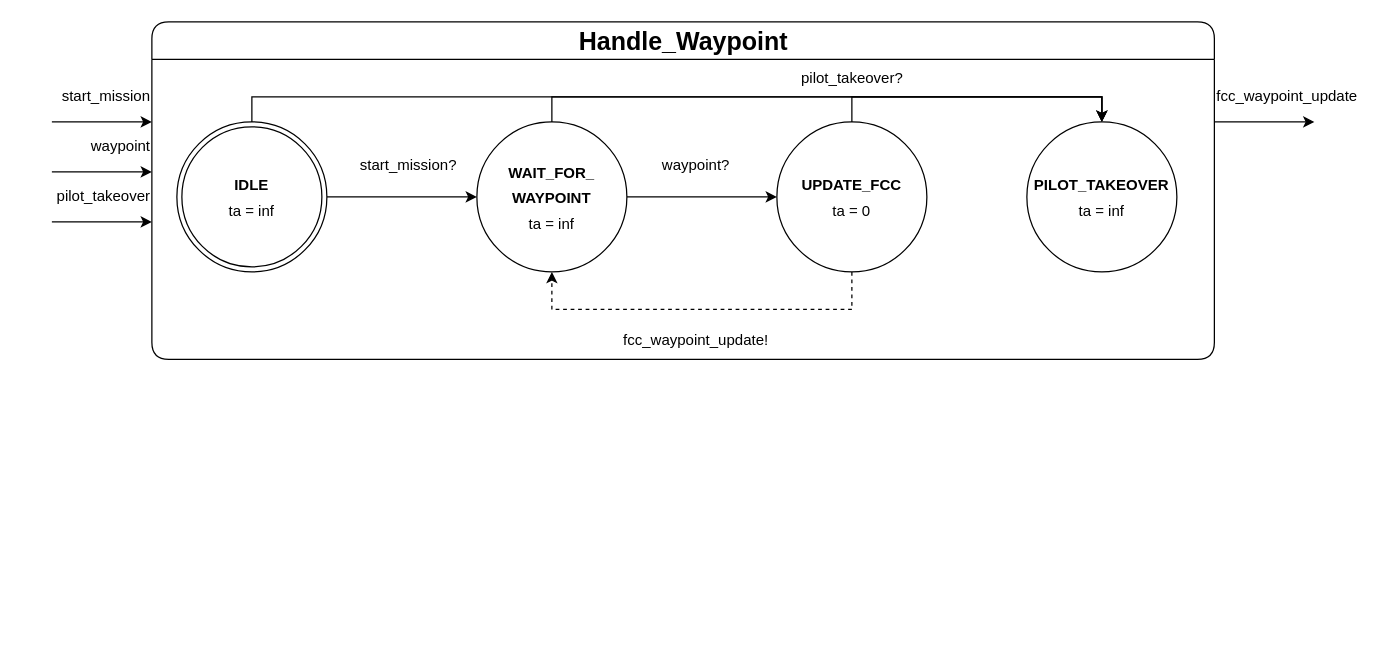
Earlier version of the draw.io diagram page "Handle_Waypoint" (6 of 18) of docs/diagrams/DEVS_Supervisor.drawio.xml (epecker/FlightSupervisor). Source tidied: cells renumbered, new cells numbered last; positions are measured from the earlier drawing's top-left corner, leaving out a move shared by most shapes. Both pictures are drawn from the tidied source at 125%, with x=0, y=0 at pixel (51, 21).
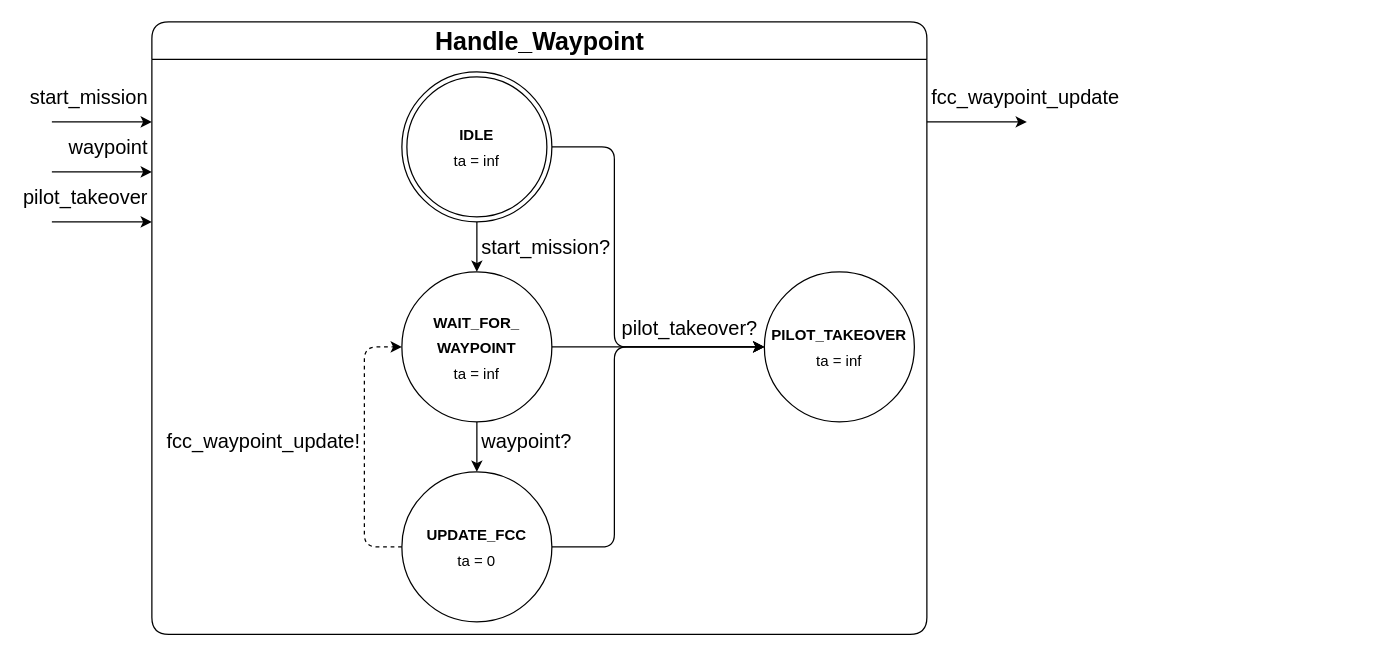
After the change.

Diff of the diagram source:
```diff
@@
     <mxCell id="2" value="Handle_Waypoint" style="swimlane;rounded=1;fontSize=20;startSize=30;html=1;" parent="1" vertex="1">
-      <mxGeometry x="80" width="850" height="270" as="geometry" />
+      <mxGeometry x="80" width="620" height="490" as="geometry" />
     </mxCell>
-    <mxCell id="3" style="edgeStyle=orthogonalEdgeStyle;rounded=0;jettySize=auto;html=1;exitX=1;exitY=0.5;exitDx=0;exitDy=0;entryX=0;entryY=0.5;entryDx=0;entryDy=0;" parent="2" edge="1" source="5" target="7">
+    <mxCell id="3" style="edgeStyle=orthogonalEdgeStyle;rounded=0;jettySize=auto;html=1;exitX=0.5;exitY=1;exitDx=0;exitDy=0;entryX=0.5;entryY=0;entryDx=0;entryDy=0;fontSize=16;" parent="2" edge="1" source="5" target="7">
       <mxGeometry relative="1" as="geometry" />
     </mxCell>
-    <mxCell id="4" style="edgeStyle=orthogonalEdgeStyle;rounded=0;jettySize=auto;html=1;exitX=0.5;exitY=0;exitDx=0;exitDy=0;entryX=0.5;entryY=0;entryDx=0;entryDy=0;" parent="2" edge="1" source="5" target="14">
-      <mxGeometry relative="1" as="geometry" />
+    <mxCell id="4" style="edgeStyle=orthogonalEdgeStyle;rounded=1;jettySize=auto;html=1;exitX=1;exitY=0.5;exitDx=0;exitDy=0;entryX=0;entryY=0.5;entryDx=0;entryDy=0;fontSize=16;jumpStyle=gap;jumpSize=12;" parent="2" edge="1" source="5" target="14">
+      <mxGeometry relative="1" as="geometry">
+        <Array as="points">
+          <mxPoint x="370" y="100" />
+          <mxPoint x="370" y="260" />
+        </Array>
+      </mxGeometry>
     </mxCell>
     <mxCell id="5" value="&lt;font style=&quot;font-size: 12px;&quot;&gt;&lt;b style=&quot;&quot;&gt;IDLE&lt;/b&gt;&lt;br style=&quot;&quot;&gt;ta = inf&lt;/font&gt;" style="ellipse;shape=doubleEllipse;whiteSpace=wrap;html=1;rounded=1;fontSize=17;" parent="2" vertex="1">
-      <mxGeometry x="20" y="80" width="120" height="120" as="geometry" />
+      <mxGeometry x="200" y="40" width="120" height="120" as="geometry" />
     </mxCell>
-    <mxCell id="6" style="edgeStyle=orthogonalEdgeStyle;rounded=0;jettySize=auto;html=1;exitX=1;exitY=0.5;exitDx=0;exitDy=0;entryX=0;entryY=0.5;entryDx=0;entryDy=0;" parent="2" edge="1" source="7" target="11">
+    <mxCell id="6" style="edgeStyle=orthogonalEdgeStyle;rounded=0;jettySize=auto;html=1;exitX=0.5;exitY=1;exitDx=0;exitDy=0;entryX=0.5;entryY=0;entryDx=0;entryDy=0;fontSize=16;" parent="2" edge="1" source="7" target="11">
       <mxGeometry relative="1" as="geometry" />
     </mxCell>
     <mxCell id="7" value="&lt;div&gt;&lt;font style=&quot;font-size: 12px;&quot;&gt;&lt;b&gt;WAIT_FOR_&lt;/b&gt;&lt;/font&gt;&lt;/div&gt;&lt;div&gt;&lt;font style=&quot;font-size: 12px;&quot;&gt;&lt;b&gt;WAYPOINT&lt;/b&gt;&lt;/font&gt;&lt;/div&gt;&lt;font style=&quot;font-size: 12px;&quot;&gt;ta = inf&lt;br&gt;&lt;/font&gt;" style="ellipse;whiteSpace=wrap;html=1;fontSize=17;rounded=1;" parent="2" vertex="1">
-      <mxGeometry x="260" y="80" width="120" height="120" as="geometry" />
+      <mxGeometry x="200" y="200" width="120" height="120" as="geometry" />
     </mxCell>
-    <mxCell id="8" value="start_mission?" style="text;html=1;align=center;verticalAlign=middle;strokeColor=none;fillColor=none;" parent="2" vertex="1">
-      <mxGeometry x="150" y="100" width="110" height="30" as="geometry" />
-    </mxCell>
-    <mxCell id="9" style="edgeStyle=orthogonalEdgeStyle;rounded=0;jettySize=auto;html=1;exitX=0.5;exitY=1;exitDx=0;exitDy=0;dashed=1;entryX=0.5;entryY=1;entryDx=0;entryDy=0;" parent="2" edge="1" source="11" target="7">
+    <mxCell id="9" style="edgeStyle=orthogonalEdgeStyle;rounded=1;jettySize=auto;html=1;exitX=0;exitY=0.5;exitDx=0;exitDy=0;entryX=0;entryY=0.5;entryDx=0;entryDy=0;fontSize=16;jumpStyle=gap;jumpSize=12;dashed=1;" parent="2" edge="1" source="11" target="7">
       <mxGeometry relative="1" as="geometry">
         <Array as="points">
-          <mxPoint x="560" y="230" />
-          <mxPoint x="320" y="230" />
+          <mxPoint x="170" y="420" />
+          <mxPoint x="170" y="260" />
         </Array>
       </mxGeometry>
     </mxCell>
-    <mxCell id="10" style="edgeStyle=orthogonalEdgeStyle;rounded=0;jettySize=auto;html=1;exitX=0.5;exitY=0;exitDx=0;exitDy=0;entryX=0.5;entryY=0;entryDx=0;entryDy=0;" parent="2" edge="1" source="11" target="14">
+    <mxCell id="10" style="edgeStyle=orthogonalEdgeStyle;rounded=1;jettySize=auto;html=1;exitX=1;exitY=0.5;exitDx=0;exitDy=0;entryX=0;entryY=0.5;entryDx=0;entryDy=0;fontSize=16;jumpStyle=gap;jumpSize=12;" parent="2" edge="1" source="11" target="14">
       <mxGeometry relative="1" as="geometry">
         <Array as="points">
-          <mxPoint x="560" y="60" />
-          <mxPoint x="760" y="60" />
+          <mxPoint x="370" y="420" />
+          <mxPoint x="370" y="260" />
         </Array>
       </mxGeometry>
     </mxCell>
     <mxCell id="11" value="&lt;div&gt;&lt;font style=&quot;font-size: 12px;&quot;&gt;&lt;b&gt;UPDATE_FCC&lt;/b&gt;&lt;/font&gt;&lt;/div&gt;&lt;font style=&quot;font-size: 12px;&quot;&gt;ta = 0&lt;br&gt;&lt;/font&gt;" style="ellipse;whiteSpace=wrap;html=1;fontSize=17;rounded=1;" parent="2" vertex="1">
-      <mxGeometry x="500" y="80" width="120" height="120" as="geometry" />
+      <mxGeometry x="200" y="360" width="120" height="120" as="geometry" />
     </mxCell>
+    <mxCell id="8" value="start_mission?" style="text;html=1;align=left;verticalAlign=middle;strokeColor=none;fillColor=none;spacing=4;fontSize=16;" parent="2" vertex="1">
+      <mxGeometry x="260" y="160" width="130" height="40" as="geometry" />
+    </mxCell>
-    <mxCell id="12" value="waypoint?" style="text;html=1;align=center;verticalAlign=middle;strokeColor=none;fillColor=none;" parent="2" vertex="1">
-      <mxGeometry x="395" y="100" width="80" height="30" as="geometry" />
+    <mxCell id="12" value="waypoint?" style="text;html=1;align=left;verticalAlign=middle;strokeColor=none;fillColor=none;spacing=4;fontSize=16;" parent="2" vertex="1">
+      <mxGeometry x="260" y="315" width="100" height="40" as="geometry" />
     </mxCell>
-    <mxCell id="13" value="fcc_waypoint_update!" style="text;html=1;align=center;verticalAlign=middle;strokeColor=none;fillColor=none;" parent="2" vertex="1">
-      <mxGeometry x="365" y="240" width="140" height="30" as="geometry" />
-    </mxCell>
     <mxCell id="14" value="&lt;div&gt;&lt;font style=&quot;font-size: 12px;&quot;&gt;&lt;b&gt;PILOT_TAKEOVER&lt;/b&gt;&lt;/font&gt;&lt;/div&gt;&lt;font style=&quot;font-size: 12px;&quot;&gt;ta = inf&lt;br&gt;&lt;/font&gt;" style="ellipse;whiteSpace=wrap;html=1;fontSize=17;rounded=1;" parent="2" vertex="1">
-      <mxGeometry x="700" y="80" width="120" height="120" as="geometry" />
+      <mxGeometry x="490" y="200" width="120" height="120" as="geometry" />
     </mxCell>
+    <mxCell id="16" style="edgeStyle=orthogonalEdgeStyle;rounded=1;jettySize=auto;html=1;exitX=1;exitY=0.5;exitDx=0;exitDy=0;fontSize=16;jumpStyle=gap;jumpSize=12;entryX=0;entryY=0.5;entryDx=0;entryDy=0;" parent="2" edge="1" source="7" target="14">
+      <mxGeometry relative="1" as="geometry" />
+    </mxCell>
-    <mxCell id="15" value="pilot_takeover?" style="text;html=1;align=center;verticalAlign=middle;strokeColor=none;fillColor=none;" parent="2" vertex="1">
-      <mxGeometry x="505" y="30" width="110" height="30" as="geometry" />
+    <mxCell id="15" value="pilot_takeover?" style="text;html=1;align=center;verticalAlign=middle;strokeColor=none;fillColor=none;spacing=4;fontSize=16;" parent="2" vertex="1">
+      <mxGeometry x="360" y="225" width="140" height="40" as="geometry" />
     </mxCell>
-    <mxCell id="16" style="edgeStyle=orthogonalEdgeStyle;rounded=0;jettySize=auto;html=1;exitX=0.5;exitY=0;exitDx=0;exitDy=0;entryX=0.5;entryY=0;entryDx=0;entryDy=0;" parent="2" edge="1" source="7" target="14">
-      <mxGeometry relative="1" as="geometry">
-        <Array as="points">
-          <mxPoint x="320" y="60" />
-          <mxPoint x="760" y="60" />
-        </Array>
-      </mxGeometry>
-    </mxCell>
-    <mxCell id="17" value="start_mission" style="endArrow=classic;html=1;rounded=1;fontSize=12;align=right;" parent="1" edge="1">
+    <mxCell id="17" value="start_mission" style="endArrow=classic;html=1;rounded=1;fontSize=16;align=right;spacing=4;" parent="1" edge="1">
       <mxGeometry x="1" y="20" relative="1" as="geometry">
         <mxPoint y="80" as="sourcePoint" />
         <mxPoint x="80" y="80" as="targetPoint" />
       </mxGeometry>
     </mxCell>
-    <mxCell id="18" value="waypoint" style="endArrow=classic;html=1;rounded=1;fontSize=12;align=right;" parent="1" edge="1">
+    <mxCell id="18" value="waypoint" style="endArrow=classic;html=1;rounded=1;fontSize=16;align=right;spacing=4;" parent="1" edge="1">
       <mxGeometry x="1" y="20" relative="1" as="geometry">
         <mxPoint y="120" as="sourcePoint" />
         <mxPoint x="80" y="120" as="targetPoint" />
       </mxGeometry>
     </mxCell>
-    <mxCell id="19" value="fcc_waypoint_update" style="endArrow=classic;html=1;rounded=1;fontSize=12;align=left;" parent="1" edge="1">
+    <mxCell id="19" value="fcc_waypoint_update" style="endArrow=classic;html=1;rounded=1;fontSize=16;align=left;spacing=4;" parent="1" edge="1">
       <mxGeometry x="-1" y="20" relative="1" as="geometry">
-        <mxPoint x="930" y="80" as="sourcePoint" />
-        <mxPoint x="1010" y="80" as="targetPoint" />
+        <mxPoint x="700" y="80" as="sourcePoint" />
+        <mxPoint x="780" y="80" as="targetPoint" />
       </mxGeometry>
     </mxCell>
-    <mxCell id="20" value="pilot_takeover" style="endArrow=classic;html=1;rounded=1;fontSize=12;align=right;" parent="1" edge="1">
+    <mxCell id="20" value="pilot_takeover" style="endArrow=classic;html=1;rounded=1;fontSize=16;align=right;spacing=4;" parent="1" edge="1">
       <mxGeometry x="1" y="20" relative="1" as="geometry">
         <mxPoint y="160" as="sourcePoint" />
         <mxPoint x="80" y="160" as="targetPoint" />
       </mxGeometry>
     </mxCell>
+    <mxCell id="13" value="fcc_waypoint_update!" style="text;html=1;align=right;verticalAlign=middle;strokeColor=none;fillColor=none;spacing=4;fontSize=16;" parent="1" vertex="1">
+      <mxGeometry x="70" y="315" width="180" height="40" as="geometry" />
+    </mxCell>
```
